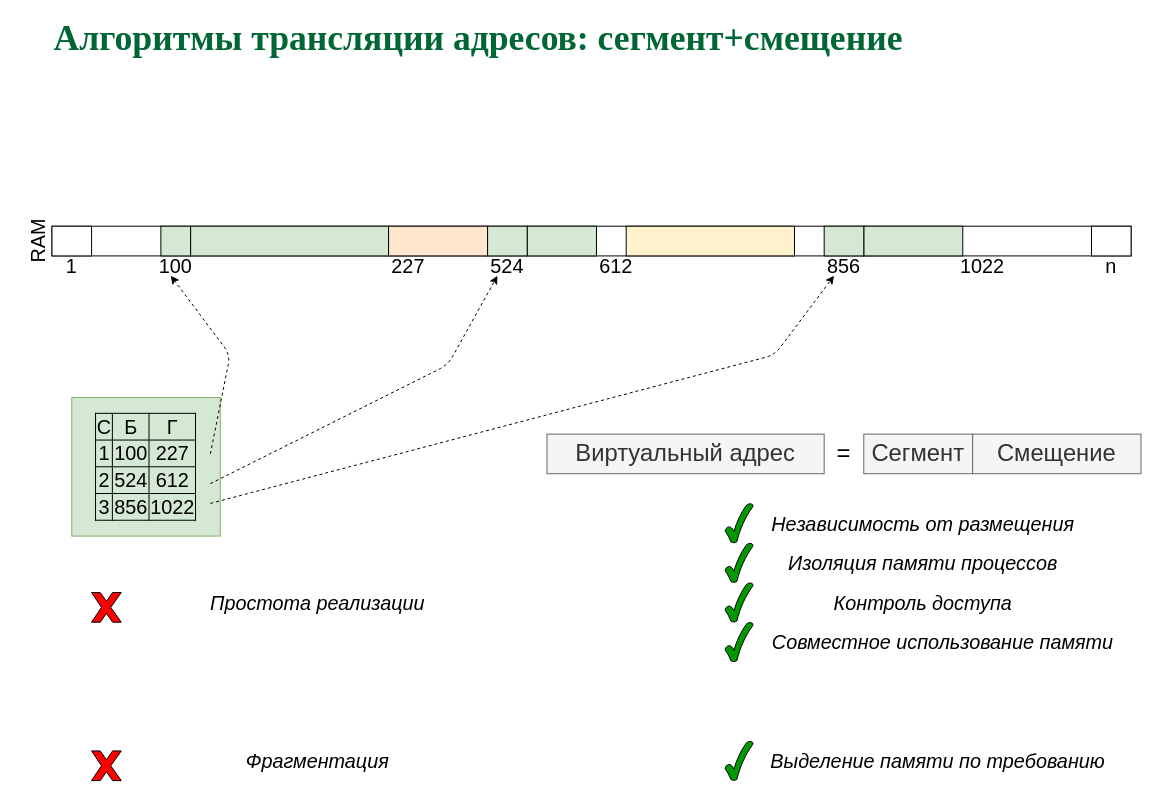
77maxikov/os_course keeps this draw.io diagram as page "P25" (29 of 46) of slides/memmgt.drawio. Above is the earlier version. Source tidied: cells renumbered, new cells numbered last; positions are measured from the earlier drawing's top-left corner, leaving out a move shared by most shapes. Both pictures are drawn from the tidied source at 99%, with x=0, y=0 at pixel (12, 28).
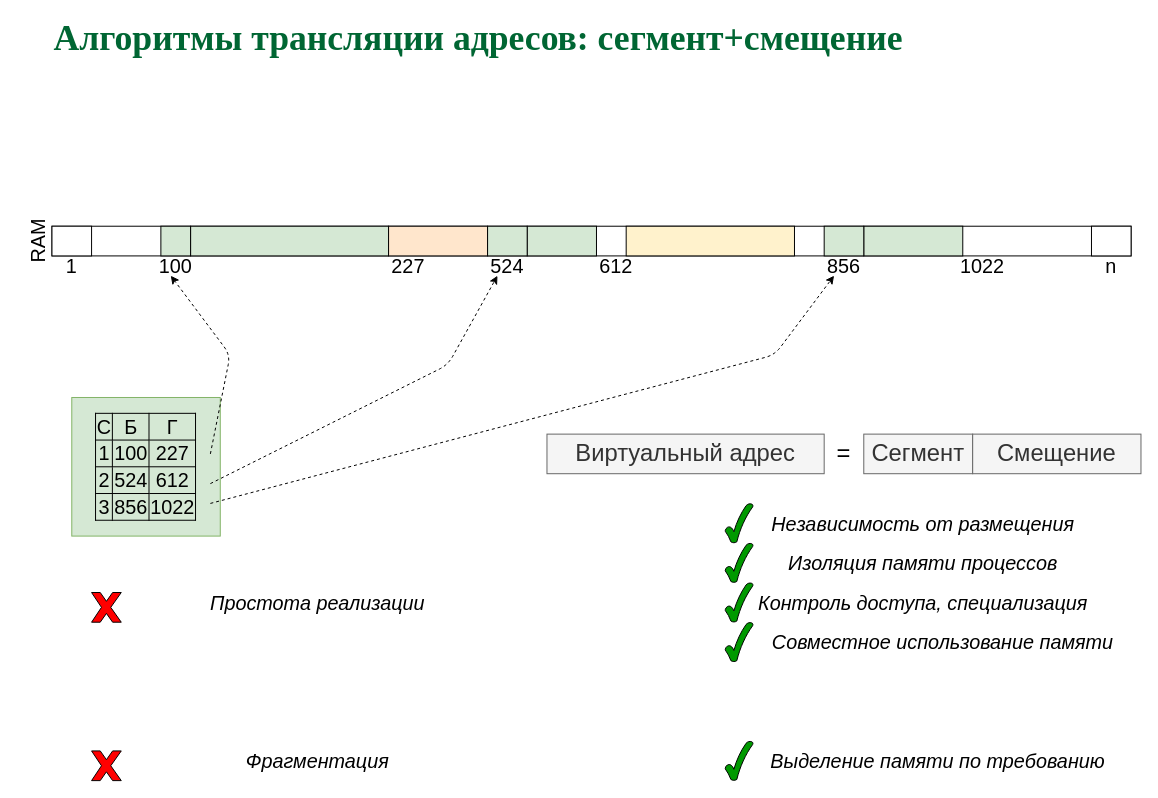
The same page after the edit.

The change refers to these unchanged cells:
```xml
<mxCell id="36" style="group;" parent="1" vertex="1">
  <mxGeometry x="720" y="560" width="380" height="40" as="geometry" />
</mxCell>
```

Diff of the diagram source:
```diff
@@
-    <mxCell id="37" value="&lt;i&gt;&lt;font style=&quot;font-size: 20px&quot;&gt;Контроль доступа&lt;/font&gt;&lt;/i&gt;" style="text;html=1;strokeColor=none;fillColor=none;align=center;verticalAlign=middle;whiteSpace=wrap;rounded=0;" parent="36" vertex="1">
+    <mxCell id="37" value="&lt;i&gt;&lt;font style=&quot;font-size: 20px&quot;&gt;Контроль доступа, специализация&lt;/font&gt;&lt;/i&gt;" style="text;html=1;strokeColor=none;fillColor=none;align=center;verticalAlign=middle;whiteSpace=wrap;rounded=0;" parent="36" vertex="1">
       <mxGeometry x="19.7" width="360.3" height="40" as="geometry" />
     </mxCell>
```
